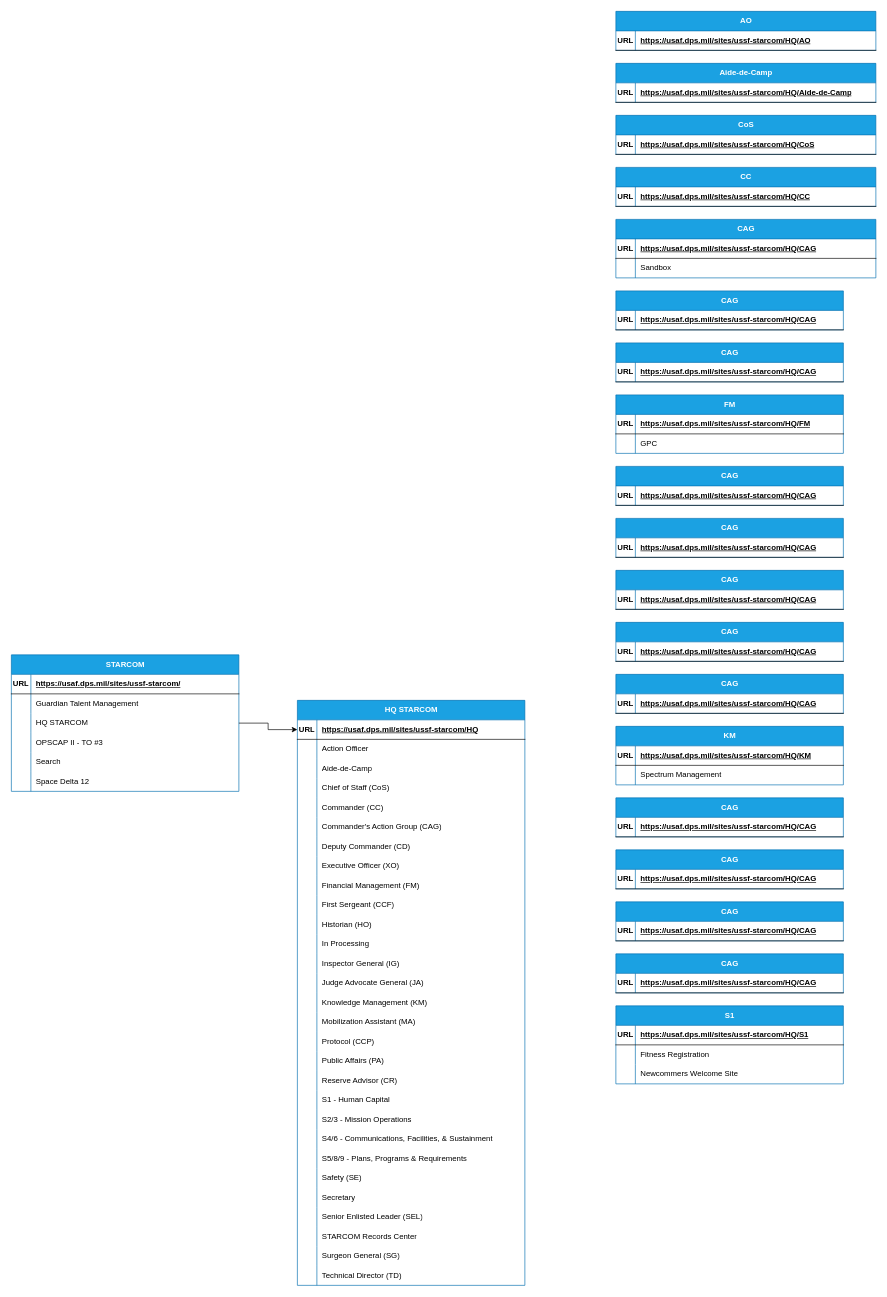
Above: Untitled Diagram.drawio in TeaganGilbert/demo-repo (draw.io), before the change. Source tidied: cells renumbered, new cells numbered last; positions are measured from the earlier drawing's top-left corner, leaving out a move shared by most shapes. Both pictures are drawn from the tidied source at 65%, with x=0, y=0 at pixel (11, 11).
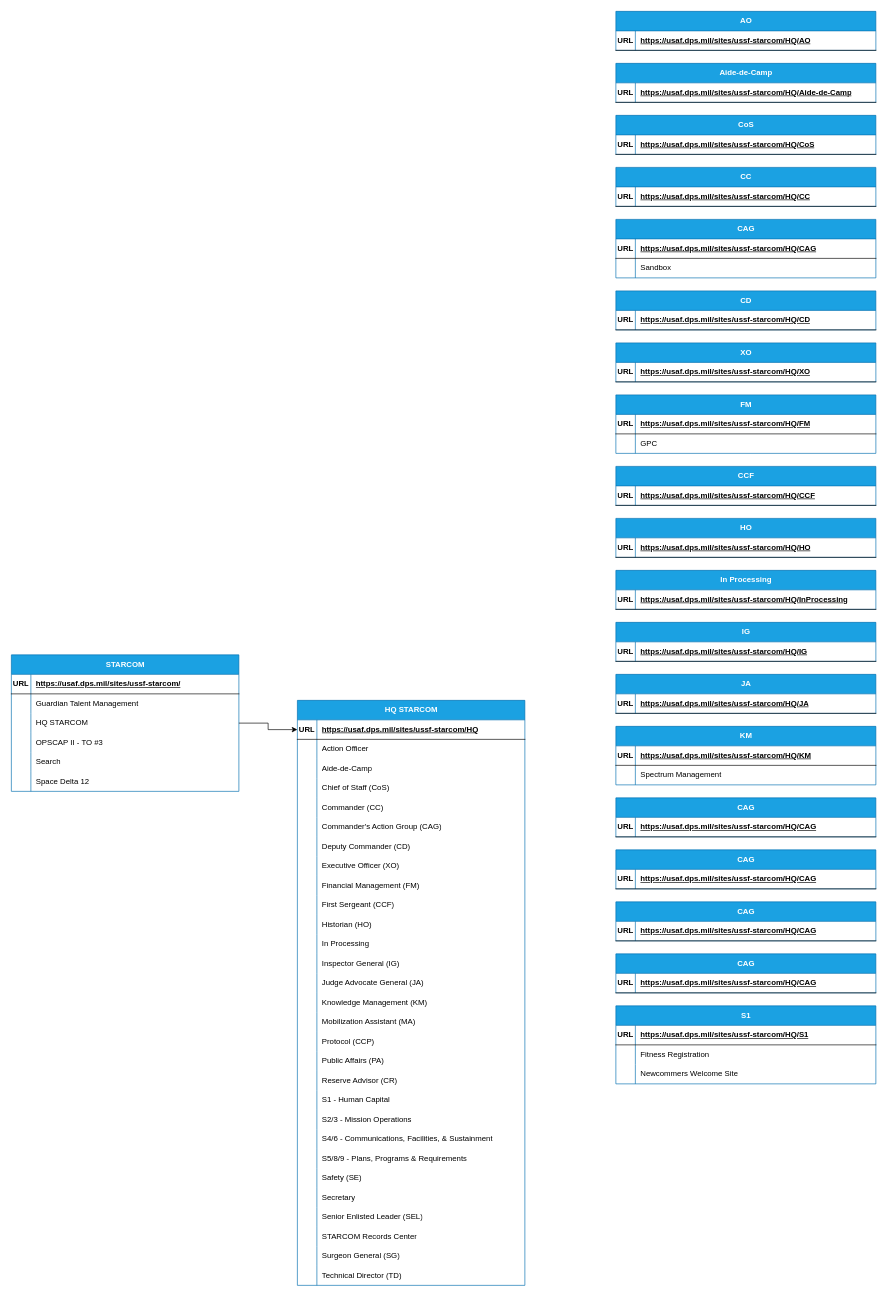
After the change.

Diff of the diagram source:
```diff
@@
     <mxCell id="117" value="FM" style="shape=table;startSize=30;childLayout=tableLayout;rowLines=0;fontStyle=1;align=center;html=1;fillColor=#1ba1e2;fontColor=#ffffff;strokeColor=#006EAF;" parent="1" vertex="1">
-      <mxGeometry x="930" y="590" width="350" height="90" as="geometry" />
+      <mxGeometry x="930" y="590" width="400" height="90" as="geometry" />
     </mxCell>
     <mxCell id="118" style="shape=tableRow;horizontal=0;startSize=0;swimlaneHead=0;swimlaneBody=0;fillColor=none;top=0;left=0;right=0;bottom=1;" parent="117" vertex="1">
-      <mxGeometry y="30" width="350" height="30" as="geometry" />
+      <mxGeometry y="30" width="400" height="30" as="geometry" />
     </mxCell>
@@
     <mxCell id="120" value="https://usaf.dps.mil/sites/ussf-starcom/HQ/FM" style="shape=partialRectangle;fillColor=none;top=0;left=0;bottom=0;right=0;align=left;spacingLeft=6;fontStyle=5;overflow=hidden;whiteSpace=wrap;html=1;" parent="118" vertex="1">
-      <mxGeometry x="30" width="320" height="30" as="geometry" />
+      <mxGeometry x="30" width="370" height="30" as="geometry" />
     </mxCell>
     <mxCell id="121" style="shape=tableRow;horizontal=0;startSize=0;swimlaneHead=0;swimlaneBody=0;fillColor=none;top=0;left=0;right=0;bottom=0;" parent="117" vertex="1">
-      <mxGeometry y="60" width="350" height="30" as="geometry" />
+      <mxGeometry y="60" width="400" height="30" as="geometry" />
     </mxCell>
@@
     <mxCell id="123" value="GPC" style="shape=partialRectangle;fillColor=none;top=0;left=0;bottom=0;right=0;align=left;spacingLeft=6;overflow=hidden;whiteSpace=wrap;html=1;" parent="121" vertex="1">
-      <mxGeometry x="30" width="320" height="30" as="geometry" />
+      <mxGeometry x="30" width="370" height="30" as="geometry" />
     </mxCell>
     <mxCell id="124" value="KM" style="shape=table;startSize=30;childLayout=tableLayout;rowLines=0;fontStyle=1;align=center;html=1;fillColor=#1ba1e2;fontColor=#ffffff;strokeColor=#006EAF;" parent="1" vertex="1">
-      <mxGeometry x="930" y="1100" width="350" height="90" as="geometry" />
+      <mxGeometry x="930" y="1100" width="400" height="90" as="geometry" />
     </mxCell>
     <mxCell id="125" style="shape=tableRow;horizontal=0;startSize=0;swimlaneHead=0;swimlaneBody=0;fillColor=none;top=0;left=0;right=0;bottom=1;" parent="124" vertex="1">
-      <mxGeometry y="30" width="350" height="30" as="geometry" />
+      <mxGeometry y="30" width="400" height="30" as="geometry" />
     </mxCell>
@@
     <mxCell id="127" value="https://usaf.dps.mil/sites/ussf-starcom/HQ/KM" style="shape=partialRectangle;fillColor=none;top=0;left=0;bottom=0;right=0;align=left;spacingLeft=6;fontStyle=5;overflow=hidden;whiteSpace=wrap;html=1;" parent="125" vertex="1">
-      <mxGeometry x="30" width="320" height="30" as="geometry" />
+      <mxGeometry x="30" width="370" height="30" as="geometry" />
     </mxCell>
     <mxCell id="128" style="shape=tableRow;horizontal=0;startSize=0;swimlaneHead=0;swimlaneBody=0;fillColor=none;top=0;left=0;right=0;bottom=0;" parent="124" vertex="1">
-      <mxGeometry y="60" width="350" height="30" as="geometry" />
+      <mxGeometry y="60" width="400" height="30" as="geometry" />
     </mxCell>
@@
     <mxCell id="130" value="Spectrum Management" style="shape=partialRectangle;fillColor=none;top=0;left=0;bottom=0;right=0;align=left;spacingLeft=6;overflow=hidden;whiteSpace=wrap;html=1;" parent="128" vertex="1">
-      <mxGeometry x="30" width="320" height="30" as="geometry" />
+      <mxGeometry x="30" width="370" height="30" as="geometry" />
     </mxCell>
     <mxCell id="131" value="S1" style="shape=table;startSize=30;childLayout=tableLayout;rowLines=0;fontStyle=1;align=center;html=1;fillColor=#1ba1e2;fontColor=#ffffff;strokeColor=#006EAF;" parent="1" vertex="1">
-      <mxGeometry x="930" y="1530" width="350" height="120" as="geometry" />
+      <mxGeometry x="930" y="1530" width="400" height="120" as="geometry" />
     </mxCell>
     <mxCell id="132" style="shape=tableRow;horizontal=0;startSize=0;swimlaneHead=0;swimlaneBody=0;fillColor=none;top=0;left=0;right=0;bottom=1;" parent="131" vertex="1">
-      <mxGeometry y="30" width="350" height="30" as="geometry" />
+      <mxGeometry y="30" width="400" height="30" as="geometry" />
     </mxCell>
@@
     <mxCell id="134" value="https://usaf.dps.mil/sites/ussf-starcom/HQ/S1" style="shape=partialRectangle;fillColor=none;top=0;left=0;bottom=0;right=0;align=left;spacingLeft=6;fontStyle=5;overflow=hidden;whiteSpace=wrap;html=1;" parent="132" vertex="1">
-      <mxGeometry x="30" width="320" height="30" as="geometry" />
+      <mxGeometry x="30" width="370" height="30" as="geometry" />
     </mxCell>
     <mxCell id="135" style="shape=tableRow;horizontal=0;startSize=0;swimlaneHead=0;swimlaneBody=0;fillColor=none;top=0;left=0;right=0;bottom=0;" parent="131" vertex="1">
-      <mxGeometry y="60" width="350" height="30" as="geometry" />
+      <mxGeometry y="60" width="400" height="30" as="geometry" />
     </mxCell>
@@
     <mxCell id="137" value="Fitness Registration" style="shape=partialRectangle;fillColor=none;top=0;left=0;bottom=0;right=0;align=left;spacingLeft=6;overflow=hidden;whiteSpace=wrap;html=1;" parent="135" vertex="1">
-      <mxGeometry x="30" width="320" height="30" as="geometry" />
+      <mxGeometry x="30" width="370" height="30" as="geometry" />
     </mxCell>
     <mxCell id="138" style="shape=tableRow;horizontal=0;startSize=0;swimlaneHead=0;swimlaneBody=0;fillColor=none;top=0;left=0;right=0;bottom=0;" parent="131" vertex="1">
-      <mxGeometry y="90" width="350" height="30" as="geometry" />
+      <mxGeometry y="90" width="400" height="30" as="geometry" />
     </mxCell>
@@
     <mxCell id="140" value="Newcommers Welcome Site" style="shape=partialRectangle;fillColor=none;top=0;left=0;bottom=0;right=0;align=left;spacingLeft=6;overflow=hidden;whiteSpace=wrap;html=1;" parent="138" vertex="1">
-      <mxGeometry x="30" width="320" height="30" as="geometry" />
+      <mxGeometry x="30" width="370" height="30" as="geometry" />
     </mxCell>
@@
-    <mxCell id="157" value="CAG" style="shape=table;startSize=30;childLayout=tableLayout;rowLines=0;fontStyle=1;align=center;html=1;fillColor=#1ba1e2;fontColor=#ffffff;strokeColor=#006EAF;" parent="1" vertex="1">
-      <mxGeometry x="930" y="430" width="350" height="60" as="geometry" />
+    <mxCell id="157" value="CD" style="shape=table;startSize=30;childLayout=tableLayout;rowLines=0;fontStyle=1;align=center;html=1;fillColor=#1ba1e2;fontColor=#ffffff;strokeColor=#006EAF;" parent="1" vertex="1">
+      <mxGeometry x="930" y="430" width="400" height="60" as="geometry" />
     </mxCell>
     <mxCell id="158" style="shape=tableRow;horizontal=0;startSize=0;swimlaneHead=0;swimlaneBody=0;fillColor=none;top=0;left=0;right=0;bottom=1;" parent="157" vertex="1">
-      <mxGeometry y="30" width="350" height="30" as="geometry" />
+      <mxGeometry y="30" width="400" height="30" as="geometry" />
     </mxCell>
@@
-    <mxCell id="160" value="https://usaf.dps.mil/sites/ussf-starcom/HQ/CAG" style="shape=partialRectangle;fillColor=none;top=0;left=0;bottom=0;right=0;align=left;spacingLeft=6;fontStyle=5;overflow=hidden;whiteSpace=wrap;html=1;" parent="158" vertex="1">
-      <mxGeometry x="30" width="320" height="30" as="geometry" />
+    <mxCell id="160" value="https://usaf.dps.mil/sites/ussf-starcom/HQ/CD" style="shape=partialRectangle;fillColor=none;top=0;left=0;bottom=0;right=0;align=left;spacingLeft=6;fontStyle=5;overflow=hidden;whiteSpace=wrap;html=1;" parent="158" vertex="1">
+      <mxGeometry x="30" width="370" height="30" as="geometry" />
     </mxCell>
-    <mxCell id="161" value="CAG" style="shape=table;startSize=30;childLayout=tableLayout;rowLines=0;fontStyle=1;align=center;html=1;fillColor=#1ba1e2;fontColor=#ffffff;strokeColor=#006EAF;" parent="1" vertex="1">
-      <mxGeometry x="930" y="510" width="350" height="60" as="geometry" />
+    <mxCell id="161" value="XO" style="shape=table;startSize=30;childLayout=tableLayout;rowLines=0;fontStyle=1;align=center;html=1;fillColor=#1ba1e2;fontColor=#ffffff;strokeColor=#006EAF;" parent="1" vertex="1">
+      <mxGeometry x="930" y="510" width="400" height="60" as="geometry" />
     </mxCell>
     <mxCell id="162" style="shape=tableRow;horizontal=0;startSize=0;swimlaneHead=0;swimlaneBody=0;fillColor=none;top=0;left=0;right=0;bottom=1;" parent="161" vertex="1">
-      <mxGeometry y="30" width="350" height="30" as="geometry" />
+      <mxGeometry y="30" width="400" height="30" as="geometry" />
     </mxCell>
@@
-    <mxCell id="164" value="https://usaf.dps.mil/sites/ussf-starcom/HQ/CAG" style="shape=partialRectangle;fillColor=none;top=0;left=0;bottom=0;right=0;align=left;spacingLeft=6;fontStyle=5;overflow=hidden;whiteSpace=wrap;html=1;" parent="162" vertex="1">
-      <mxGeometry x="30" width="320" height="30" as="geometry" />
+    <mxCell id="164" value="https://usaf.dps.mil/sites/ussf-starcom/HQ/XO" style="shape=partialRectangle;fillColor=none;top=0;left=0;bottom=0;right=0;align=left;spacingLeft=6;fontStyle=5;overflow=hidden;whiteSpace=wrap;html=1;" parent="162" vertex="1">
+      <mxGeometry x="30" width="370" height="30" as="geometry" />
     </mxCell>
-    <mxCell id="165" value="CAG" style="shape=table;startSize=30;childLayout=tableLayout;rowLines=0;fontStyle=1;align=center;html=1;fillColor=#1ba1e2;fontColor=#ffffff;strokeColor=#006EAF;" parent="1" vertex="1">
-      <mxGeometry x="930" y="700" width="350" height="60" as="geometry" />
+    <mxCell id="165" value="CCF" style="shape=table;startSize=30;childLayout=tableLayout;rowLines=0;fontStyle=1;align=center;html=1;fillColor=#1ba1e2;fontColor=#ffffff;strokeColor=#006EAF;" parent="1" vertex="1">
+      <mxGeometry x="930" y="700" width="400" height="60" as="geometry" />
     </mxCell>
     <mxCell id="166" style="shape=tableRow;horizontal=0;startSize=0;swimlaneHead=0;swimlaneBody=0;fillColor=none;top=0;left=0;right=0;bottom=1;" parent="165" vertex="1">
-      <mxGeometry y="30" width="350" height="30" as="geometry" />
+      <mxGeometry y="30" width="400" height="30" as="geometry" />
     </mxCell>
@@
-    <mxCell id="168" value="https://usaf.dps.mil/sites/ussf-starcom/HQ/CAG" style="shape=partialRectangle;fillColor=none;top=0;left=0;bottom=0;right=0;align=left;spacingLeft=6;fontStyle=5;overflow=hidden;whiteSpace=wrap;html=1;" parent="166" vertex="1">
-      <mxGeometry x="30" width="320" height="30" as="geometry" />
+    <mxCell id="168" value="https://usaf.dps.mil/sites/ussf-starcom/HQ/CCF" style="shape=partialRectangle;fillColor=none;top=0;left=0;bottom=0;right=0;align=left;spacingLeft=6;fontStyle=5;overflow=hidden;whiteSpace=wrap;html=1;" parent="166" vertex="1">
+      <mxGeometry x="30" width="370" height="30" as="geometry" />
     </mxCell>
-    <mxCell id="169" value="CAG" style="shape=table;startSize=30;childLayout=tableLayout;rowLines=0;fontStyle=1;align=center;html=1;fillColor=#1ba1e2;fontColor=#ffffff;strokeColor=#006EAF;" parent="1" vertex="1">
-      <mxGeometry x="930" y="780" width="350" height="60" as="geometry" />
+    <mxCell id="169" value="HO" style="shape=table;startSize=30;childLayout=tableLayout;rowLines=0;fontStyle=1;align=center;html=1;fillColor=#1ba1e2;fontColor=#ffffff;strokeColor=#006EAF;" parent="1" vertex="1">
+      <mxGeometry x="930" y="780" width="400" height="60" as="geometry" />
     </mxCell>
     <mxCell id="170" style="shape=tableRow;horizontal=0;startSize=0;swimlaneHead=0;swimlaneBody=0;fillColor=none;top=0;left=0;right=0;bottom=1;" parent="169" vertex="1">
-      <mxGeometry y="30" width="350" height="30" as="geometry" />
+      <mxGeometry y="30" width="400" height="30" as="geometry" />
     </mxCell>
@@
-    <mxCell id="172" value="https://usaf.dps.mil/sites/ussf-starcom/HQ/CAG" style="shape=partialRectangle;fillColor=none;top=0;left=0;bottom=0;right=0;align=left;spacingLeft=6;fontStyle=5;overflow=hidden;whiteSpace=wrap;html=1;" parent="170" vertex="1">
-      <mxGeometry x="30" width="320" height="30" as="geometry" />
+    <mxCell id="172" value="https://usaf.dps.mil/sites/ussf-starcom/HQ/HO" style="shape=partialRectangle;fillColor=none;top=0;left=0;bottom=0;right=0;align=left;spacingLeft=6;fontStyle=5;overflow=hidden;whiteSpace=wrap;html=1;" parent="170" vertex="1">
+      <mxGeometry x="30" width="370" height="30" as="geometry" />
     </mxCell>
-    <mxCell id="173" value="CAG" style="shape=table;startSize=30;childLayout=tableLayout;rowLines=0;fontStyle=1;align=center;html=1;fillColor=#1ba1e2;fontColor=#ffffff;strokeColor=#006EAF;" parent="1" vertex="1">
-      <mxGeometry x="930" y="860" width="350" height="60" as="geometry" />
+    <mxCell id="173" value="In Processing" style="shape=table;startSize=30;childLayout=tableLayout;rowLines=0;fontStyle=1;align=center;html=1;fillColor=#1ba1e2;fontColor=#ffffff;strokeColor=#006EAF;" parent="1" vertex="1">
+      <mxGeometry x="930" y="860" width="400" height="60" as="geometry" />
     </mxCell>
     <mxCell id="174" style="shape=tableRow;horizontal=0;startSize=0;swimlaneHead=0;swimlaneBody=0;fillColor=none;top=0;left=0;right=0;bottom=1;" parent="173" vertex="1">
-      <mxGeometry y="30" width="350" height="30" as="geometry" />
+      <mxGeometry y="30" width="400" height="30" as="geometry" />
     </mxCell>
@@
-    <mxCell id="176" value="https://usaf.dps.mil/sites/ussf-starcom/HQ/CAG" style="shape=partialRectangle;fillColor=none;top=0;left=0;bottom=0;right=0;align=left;spacingLeft=6;fontStyle=5;overflow=hidden;whiteSpace=wrap;html=1;" parent="174" vertex="1">
-      <mxGeometry x="30" width="320" height="30" as="geometry" />
+    <mxCell id="176" value="https://usaf.dps.mil/sites/ussf-starcom/HQ/InProcessing" style="shape=partialRectangle;fillColor=none;top=0;left=0;bottom=0;right=0;align=left;spacingLeft=6;fontStyle=5;overflow=hidden;whiteSpace=wrap;html=1;" parent="174" vertex="1">
+      <mxGeometry x="30" width="370" height="30" as="geometry" />
     </mxCell>
-    <mxCell id="177" value="CAG" style="shape=table;startSize=30;childLayout=tableLayout;rowLines=0;fontStyle=1;align=center;html=1;fillColor=#1ba1e2;fontColor=#ffffff;strokeColor=#006EAF;" parent="1" vertex="1">
-      <mxGeometry x="930" y="940" width="350" height="60" as="geometry" />
+    <mxCell id="177" value="IG" style="shape=table;startSize=30;childLayout=tableLayout;rowLines=0;fontStyle=1;align=center;html=1;fillColor=#1ba1e2;fontColor=#ffffff;strokeColor=#006EAF;" parent="1" vertex="1">
+      <mxGeometry x="930" y="940" width="400" height="60" as="geometry" />
     </mxCell>
     <mxCell id="178" style="shape=tableRow;horizontal=0;startSize=0;swimlaneHead=0;swimlaneBody=0;fillColor=none;top=0;left=0;right=0;bottom=1;" parent="177" vertex="1">
-      <mxGeometry y="30" width="350" height="30" as="geometry" />
+      <mxGeometry y="30" width="400" height="30" as="geometry" />
     </mxCell>
@@
-    <mxCell id="180" value="https://usaf.dps.mil/sites/ussf-starcom/HQ/CAG" style="shape=partialRectangle;fillColor=none;top=0;left=0;bottom=0;right=0;align=left;spacingLeft=6;fontStyle=5;overflow=hidden;whiteSpace=wrap;html=1;" parent="178" vertex="1">
-      <mxGeometry x="30" width="320" height="30" as="geometry" />
+    <mxCell id="180" value="https://usaf.dps.mil/sites/ussf-starcom/HQ/IG" style="shape=partialRectangle;fillColor=none;top=0;left=0;bottom=0;right=0;align=left;spacingLeft=6;fontStyle=5;overflow=hidden;whiteSpace=wrap;html=1;" parent="178" vertex="1">
+      <mxGeometry x="30" width="370" height="30" as="geometry" />
     </mxCell>
-    <mxCell id="181" value="CAG" style="shape=table;startSize=30;childLayout=tableLayout;rowLines=0;fontStyle=1;align=center;html=1;fillColor=#1ba1e2;fontColor=#ffffff;strokeColor=#006EAF;" parent="1" vertex="1">
-      <mxGeometry x="930" y="1020" width="350" height="60" as="geometry" />
+    <mxCell id="181" value="JA" style="shape=table;startSize=30;childLayout=tableLayout;rowLines=0;fontStyle=1;align=center;html=1;fillColor=#1ba1e2;fontColor=#ffffff;strokeColor=#006EAF;" parent="1" vertex="1">
+      <mxGeometry x="930" y="1020" width="400" height="60" as="geometry" />
     </mxCell>
     <mxCell id="182" style="shape=tableRow;horizontal=0;startSize=0;swimlaneHead=0;swimlaneBody=0;fillColor=none;top=0;left=0;right=0;bottom=1;" parent="181" vertex="1">
-      <mxGeometry y="30" width="350" height="30" as="geometry" />
+      <mxGeometry y="30" width="400" height="30" as="geometry" />
     </mxCell>
@@
-    <mxCell id="184" value="https://usaf.dps.mil/sites/ussf-starcom/HQ/CAG" style="shape=partialRectangle;fillColor=none;top=0;left=0;bottom=0;right=0;align=left;spacingLeft=6;fontStyle=5;overflow=hidden;whiteSpace=wrap;html=1;" parent="182" vertex="1">
-      <mxGeometry x="30" width="320" height="30" as="geometry" />
+    <mxCell id="184" value="https://usaf.dps.mil/sites/ussf-starcom/HQ/JA" style="shape=partialRectangle;fillColor=none;top=0;left=0;bottom=0;right=0;align=left;spacingLeft=6;fontStyle=5;overflow=hidden;whiteSpace=wrap;html=1;" parent="182" vertex="1">
+      <mxGeometry x="30" width="370" height="30" as="geometry" />
     </mxCell>
     <mxCell id="185" value="CAG" style="shape=table;startSize=30;childLayout=tableLayout;rowLines=0;fontStyle=1;align=center;html=1;fillColor=#1ba1e2;fontColor=#ffffff;strokeColor=#006EAF;" parent="1" vertex="1">
-      <mxGeometry x="930" y="1450" width="350" height="60" as="geometry" />
+      <mxGeometry x="930" y="1450" width="400" height="60" as="geometry" />
     </mxCell>
     <mxCell id="186" style="shape=tableRow;horizontal=0;startSize=0;swimlaneHead=0;swimlaneBody=0;fillColor=none;top=0;left=0;right=0;bottom=1;" parent="185" vertex="1">
-      <mxGeometry y="30" width="350" height="30" as="geometry" />
+      <mxGeometry y="30" width="400" height="30" as="geometry" />
     </mxCell>
@@
     <mxCell id="188" value="https://usaf.dps.mil/sites/ussf-starcom/HQ/CAG" style="shape=partialRectangle;fillColor=none;top=0;left=0;bottom=0;right=0;align=left;spacingLeft=6;fontStyle=5;overflow=hidden;whiteSpace=wrap;html=1;" parent="186" vertex="1">
-      <mxGeometry x="30" width="320" height="30" as="geometry" />
+      <mxGeometry x="30" width="370" height="30" as="geometry" />
     </mxCell>
     <mxCell id="189" value="CAG" style="shape=table;startSize=30;childLayout=tableLayout;rowLines=0;fontStyle=1;align=center;html=1;fillColor=#1ba1e2;fontColor=#ffffff;strokeColor=#006EAF;" parent="1" vertex="1">
-      <mxGeometry x="930" y="1370" width="350" height="60" as="geometry" />
+      <mxGeometry x="930" y="1370" width="400" height="60" as="geometry" />
     </mxCell>
     <mxCell id="190" style="shape=tableRow;horizontal=0;startSize=0;swimlaneHead=0;swimlaneBody=0;fillColor=none;top=0;left=0;right=0;bottom=1;" parent="189" vertex="1">
-      <mxGeometry y="30" width="350" height="30" as="geometry" />
+      <mxGeometry y="30" width="400" height="30" as="geometry" />
     </mxCell>
@@
     <mxCell id="192" value="https://usaf.dps.mil/sites/ussf-starcom/HQ/CAG" style="shape=partialRectangle;fillColor=none;top=0;left=0;bottom=0;right=0;align=left;spacingLeft=6;fontStyle=5;overflow=hidden;whiteSpace=wrap;html=1;" parent="190" vertex="1">
-      <mxGeometry x="30" width="320" height="30" as="geometry" />
+      <mxGeometry x="30" width="370" height="30" as="geometry" />
     </mxCell>
     <mxCell id="193" value="CAG" style="shape=table;startSize=30;childLayout=tableLayout;rowLines=0;fontStyle=1;align=center;html=1;fillColor=#1ba1e2;fontColor=#ffffff;strokeColor=#006EAF;" parent="1" vertex="1">
-      <mxGeometry x="930" y="1290" width="350" height="60" as="geometry" />
+      <mxGeometry x="930" y="1290" width="400" height="60" as="geometry" />
     </mxCell>
     <mxCell id="194" style="shape=tableRow;horizontal=0;startSize=0;swimlaneHead=0;swimlaneBody=0;fillColor=none;top=0;left=0;right=0;bottom=1;" parent="193" vertex="1">
-      <mxGeometry y="30" width="350" height="30" as="geometry" />
+      <mxGeometry y="30" width="400" height="30" as="geometry" />
     </mxCell>
@@
     <mxCell id="196" value="https://usaf.dps.mil/sites/ussf-starcom/HQ/CAG" style="shape=partialRectangle;fillColor=none;top=0;left=0;bottom=0;right=0;align=left;spacingLeft=6;fontStyle=5;overflow=hidden;whiteSpace=wrap;html=1;" parent="194" vertex="1">
-      <mxGeometry x="30" width="320" height="30" as="geometry" />
+      <mxGeometry x="30" width="370" height="30" as="geometry" />
     </mxCell>
     <mxCell id="197" value="CAG" style="shape=table;startSize=30;childLayout=tableLayout;rowLines=0;fontStyle=1;align=center;html=1;fillColor=#1ba1e2;fontColor=#ffffff;strokeColor=#006EAF;" parent="1" vertex="1">
-      <mxGeometry x="930" y="1210" width="350" height="60" as="geometry" />
+      <mxGeometry x="930" y="1210" width="400" height="60" as="geometry" />
     </mxCell>
     <mxCell id="198" style="shape=tableRow;horizontal=0;startSize=0;swimlaneHead=0;swimlaneBody=0;fillColor=none;top=0;left=0;right=0;bottom=1;" parent="197" vertex="1">
-      <mxGeometry y="30" width="350" height="30" as="geometry" />
+      <mxGeometry y="30" width="400" height="30" as="geometry" />
     </mxCell>
@@
     <mxCell id="200" value="https://usaf.dps.mil/sites/ussf-starcom/HQ/CAG" style="shape=partialRectangle;fillColor=none;top=0;left=0;bottom=0;right=0;align=left;spacingLeft=6;fontStyle=5;overflow=hidden;whiteSpace=wrap;html=1;" parent="198" vertex="1">
-      <mxGeometry x="30" width="320" height="30" as="geometry" />
+      <mxGeometry x="30" width="370" height="30" as="geometry" />
     </mxCell>
```
